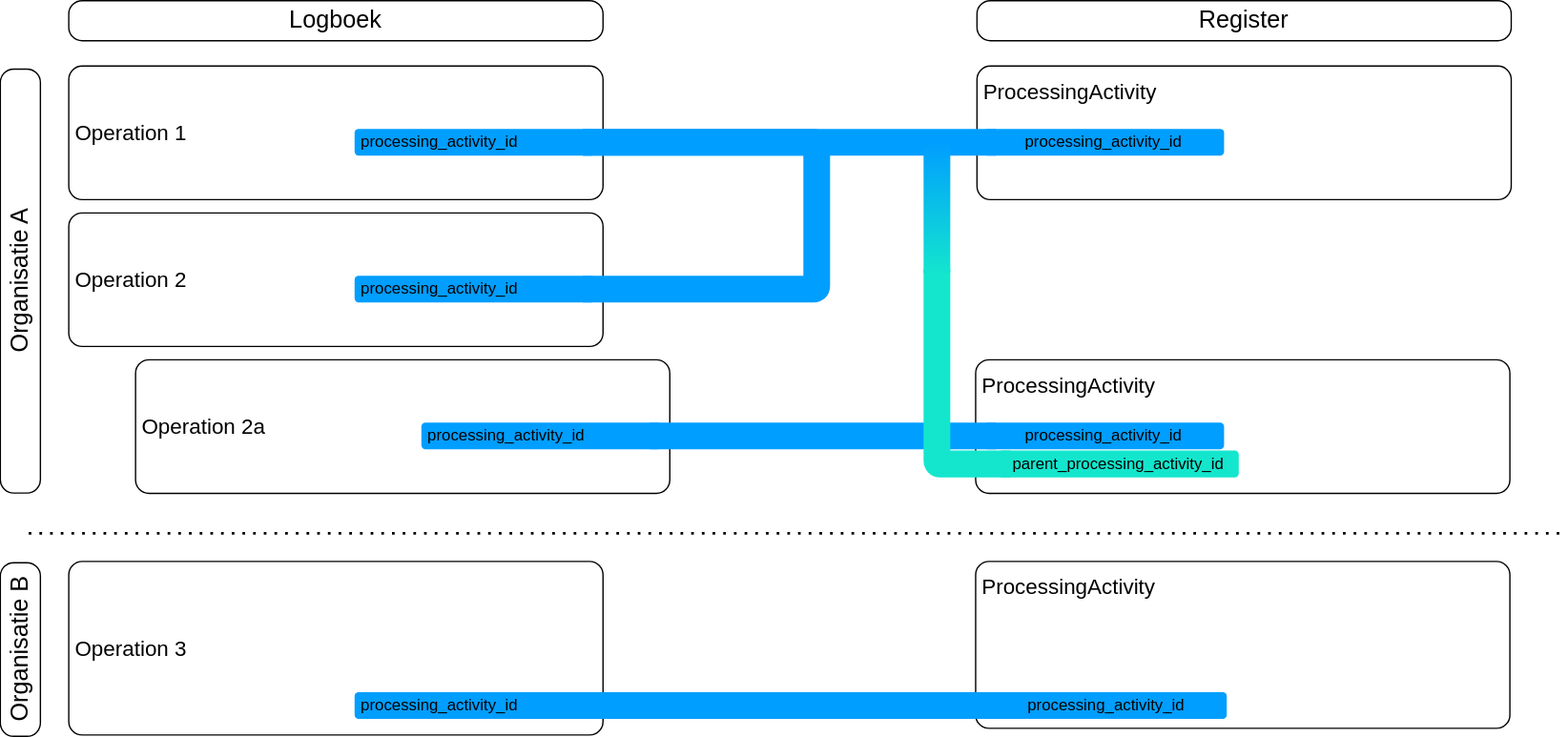
This is media/relatie_logboekelementen_afbeelding4.svg from Logius-standaarden/logboek-dataverwerkingen-inleiding, a draw.io export, as it was before one commit. Source tidied: cells renumbered, new cells last; positions are measured from the earlier drawing's top-left corner, leaving out a move shared by most shapes. Its diagram source:
```xml
<mxGraphModel>
  <root>
    <mxCell id="0" />
    <mxCell id="1" parent="0" />
    <mxCell id="2" value="Operation 2" style="rounded=1;whiteSpace=wrap;html=1;align=left;fontSize=16;spacing=5;absoluteArcSize=1;" parent="1" vertex="1">
      <mxGeometry x="195" y="159" width="400" height="100" as="geometry" />
    </mxCell>
    <mxCell id="3" value="ProcessingActivity" style="rounded=1;whiteSpace=wrap;html=1;align=left;fontSize=16;spacing=5;absoluteArcSize=1;verticalAlign=top;" parent="1" vertex="1">
      <mxGeometry x="875" y="49" width="400" height="100" as="geometry" />
    </mxCell>
    <mxCell id="4" value="Operation 1" style="rounded=1;whiteSpace=wrap;html=1;align=left;fontSize=16;spacing=5;absoluteArcSize=1;" parent="1" vertex="1">
      <mxGeometry x="195" y="49" width="400" height="100" as="geometry" />
    </mxCell>
    <mxCell id="5" value="Organisatie A" style="text;html=1;align=center;verticalAlign=middle;whiteSpace=wrap;rounded=1;rotation=-90;fontSize=18;fillColor=none;strokeColor=default;absoluteArcSize=1;" parent="1" vertex="1">
      <mxGeometry y="195" width="317.5" height="30" as="geometry" />
    </mxCell>
    <mxCell id="6" value="Logboek" style="text;html=1;align=center;verticalAlign=middle;whiteSpace=wrap;rounded=1;rotation=0;fontSize=18;fillColor=none;strokeColor=default;absoluteArcSize=1;" parent="1" vertex="1">
      <mxGeometry x="195" width="400" height="30" as="geometry" />
    </mxCell>
    <mxCell id="7" value="Register" style="text;html=1;align=center;verticalAlign=middle;whiteSpace=wrap;rounded=1;rotation=0;fontSize=18;fillColor=none;strokeColor=default;absoluteArcSize=1;" parent="1" vertex="1">
      <mxGeometry x="875" width="400" height="30" as="geometry" />
    </mxCell>
    <mxCell id="8" style="edgeStyle=orthogonalEdgeStyle;rounded=1;jettySize=auto;html=1;entryX=0.95;entryY=0.5;entryDx=0;entryDy=0;entryPerimeter=0;endArrow=none;startFill=0;strokeWidth=20;exitX=0.95;exitY=0.5;exitDx=0;exitDy=0;exitPerimeter=0;strokeColor=#009EFF;curved=0;arcSize=5;" parent="1" edge="1" source="10" target="11">
      <mxGeometry relative="1" as="geometry">
        <Array as="points">
          <mxPoint x="755" y="106" />
          <mxPoint x="755" y="216" />
        </Array>
      </mxGeometry>
    </mxCell>
    <mxCell id="9" style="edgeStyle=orthogonalEdgeStyle;rounded=1;jettySize=auto;html=1;endArrow=none;startFill=0;strokeWidth=20;exitX=0.95;exitY=0.5;exitDx=0;exitDy=0;exitPerimeter=0;strokeColor=#009EFF;curved=0;arcSize=5;entryX=0.05;entryY=0.5;entryDx=0;entryDy=0;entryPerimeter=0;" parent="1" edge="1" source="10" target="12">
      <mxGeometry relative="1" as="geometry" />
    </mxCell>
    <mxCell id="10" value="processing_activity_id" style="rounded=1;whiteSpace=wrap;html=1;strokeColor=none;fillColor=#009EFF;points=[[0,0,0,0,0],[0,0.25,0,0,0],[0,0.75,0,0,0],[0,1,0,0,0],[0.05,0.5,0,0,0],[0.25,0,0,0,0],[0.25,1,0,0,0],[0.5,0,0,0,0],[0.5,1,0,0,0],[0.75,0,0,0,0],[0.75,1,0,0,0],[0.95,0.5,0,0,0],[1,0,0,0,0],[1,0.25,0,0,0],[1,0.75,0,0,0],[1,1,0,0,0]];align=left;spacing=5;" parent="1" vertex="1">
      <mxGeometry x="409" y="96" width="180" height="20" as="geometry" />
    </mxCell>
    <mxCell id="11" value="processing_activity_id" style="rounded=1;whiteSpace=wrap;html=1;strokeColor=none;fillColor=#009EFF;points=[[0,0,0,0,0],[0,0.25,0,0,0],[0,0.75,0,0,0],[0,1,0,0,0],[0.05,0.5,0,0,0],[0.25,0,0,0,0],[0.25,1,0,0,0],[0.5,0,0,0,0],[0.5,1,0,0,0],[0.75,0,0,0,0],[0.75,1,0,0,0],[0.95,0.5,0,0,0],[1,0,0,0,0],[1,0.25,0,0,0],[1,0.75,0,0,0],[1,1,0,0,0]];align=left;spacing=5;" parent="1" vertex="1">
      <mxGeometry x="409" y="206" width="180" height="20" as="geometry" />
    </mxCell>
    <mxCell id="12" value="processing_activity_id" style="rounded=1;whiteSpace=wrap;html=1;strokeColor=none;fillColor=#009EFF;points=[[0,0,0,0,0],[0,0.25,0,0,0],[0,0.75,0,0,0],[0,1,0,0,0],[0.05,0.5,0,0,0],[0.25,0,0,0,0],[0.25,1,0,0,0],[0.5,0,0,0,0],[0.5,1,0,0,0],[0.75,0,0,0,0],[0.75,1,0,0,0],[0.95,0.5,0,0,0],[1,0,0,0,0],[1,0.25,0,0,0],[1,0.75,0,0,0],[1,1,0,0,0]];align=center;spacing=5;" parent="1" vertex="1">
      <mxGeometry x="880" y="96" width="180" height="20" as="geometry" />
    </mxCell>
    <mxCell id="13" value="Operation 2a" style="rounded=1;whiteSpace=wrap;html=1;align=left;fontSize=16;spacing=5;absoluteArcSize=1;" parent="1" vertex="1">
      <mxGeometry x="245" y="269" width="400" height="100" as="geometry" />
    </mxCell>
    <mxCell id="14" value="ProcessingActivity" style="rounded=1;whiteSpace=wrap;html=1;align=left;fontSize=16;spacing=5;absoluteArcSize=1;verticalAlign=top;" parent="1" vertex="1">
      <mxGeometry x="874" y="269" width="400" height="100" as="geometry" />
    </mxCell>
    <mxCell id="15" style="edgeStyle=orthogonalEdgeStyle;rounded=1;jettySize=auto;html=1;endArrow=none;startFill=0;strokeWidth=20;strokeColor=#009EFF;curved=0;arcSize=5;exitX=0.05;exitY=0.5;exitDx=0;exitDy=0;exitPerimeter=0;entryX=0.95;entryY=0.5;entryDx=0;entryDy=0;entryPerimeter=0;" parent="1" edge="1" source="17" target="16">
      <mxGeometry relative="1" as="geometry" />
    </mxCell>
    <mxCell id="16" value="processing_activity_id" style="rounded=1;whiteSpace=wrap;html=1;strokeColor=none;fillColor=#009EFF;points=[[0,0,0,0,0],[0,0.25,0,0,0],[0,0.75,0,0,0],[0,1,0,0,0],[0.05,0.5,0,0,0],[0.25,0,0,0,0],[0.25,1,0,0,0],[0.5,0,0,0,0],[0.5,1,0,0,0],[0.75,0,0,0,0],[0.75,1,0,0,0],[0.95,0.5,0,0,0],[1,0,0,0,0],[1,0.25,0,0,0],[1,0.75,0,0,0],[1,1,0,0,0]];align=left;spacing=5;" parent="1" vertex="1">
      <mxGeometry x="459" y="316" width="180" height="20" as="geometry" />
    </mxCell>
    <mxCell id="17" value="processing_activity_id" style="rounded=1;whiteSpace=wrap;html=1;strokeColor=none;fillColor=#009EFF;points=[[0,0,0,0,0],[0,0.25,0,0,0],[0,0.75,0,0,0],[0,1,0,0,0],[0.05,0.5,0,0,0],[0.25,0,0,0,0],[0.25,1,0,0,0],[0.5,0,0,0,0],[0.5,1,0,0,0],[0.75,0,0,0,0],[0.75,1,0,0,0],[0.95,0.5,0,0,0],[1,0,0,0,0],[1,0.25,0,0,0],[1,0.75,0,0,0],[1,1,0,0,0]];align=center;spacing=5;" parent="1" vertex="1">
      <mxGeometry x="880" y="316" width="180" height="20" as="geometry" />
    </mxCell>
    <mxCell id="18" value="parent_processing_activity_id" style="rounded=1;whiteSpace=wrap;html=1;strokeColor=none;fillColor=#14E6CD;points=[[0,0,0,0,0],[0,0.25,0,0,0],[0,0.75,0,0,0],[0,1,0,0,0],[0.05,0.5,0,0,0],[0.25,0,0,0,0],[0.25,1,0,0,0],[0.5,0,0,0,0],[0.5,1,0,0,0],[0.75,0,0,0,0],[0.75,1,0,0,0],[0.95,0.5,0,0,0],[1,0,0,0,0],[1,0.25,0,0,0],[1,0.75,0,0,0],[1,1,0,0,0]];align=center;spacing=5;gradientColor=none;gradientDirection=east;" parent="1" vertex="1">
      <mxGeometry x="891" y="337" width="180" height="20" as="geometry" />
    </mxCell>
    <mxCell id="19" style="edgeStyle=orthogonalEdgeStyle;rounded=1;jettySize=auto;html=1;entryX=0.05;entryY=0.5;entryDx=0;entryDy=0;entryPerimeter=0;endArrow=none;startFill=0;strokeWidth=20;exitX=0.95;exitY=0.5;exitDx=0;exitDy=0;exitPerimeter=0;strokeColor=#14E6CD;curved=0;arcSize=5;" parent="1" edge="1" source="20" target="18">
      <mxGeometry relative="1" as="geometry">
        <Array as="points">
          <mxPoint x="845" y="347" />
        </Array>
      </mxGeometry>
    </mxCell>
    <mxCell id="20" style="rounded=1;whiteSpace=wrap;html=1;strokeColor=none;fillColor=#009EFF;points=[[0,0,0,0,0],[0,0.25,0,0,0],[0,0.75,0,0,0],[0,1,0,0,0],[0.05,0.5,0,0,0],[0.25,0,0,0,0],[0.25,1,0,0,0],[0.5,0,0,0,0],[0.5,1,0,0,0],[0.75,0,0,0,0],[0.75,1,0,0,0],[0.95,0.5,0,0,0],[1,0,0,0,0],[1,0.25,0,0,0],[1,0.75,0,0,0],[1,1,0,0,0]];align=center;spacing=5;gradientColor=#14E6CD;gradientDirection=east;rotation=90;" parent="1" vertex="1">
      <mxGeometry x="795" y="146" width="100" height="20" as="geometry" />
    </mxCell>
    <mxCell id="21" value="Operation 3" style="rounded=1;whiteSpace=wrap;html=1;align=left;fontSize=16;spacing=5;absoluteArcSize=1;" parent="1" vertex="1">
      <mxGeometry x="195" y="420" width="400" height="130" as="geometry" />
    </mxCell>
    <mxCell id="22" value="ProcessingActivity" style="rounded=1;whiteSpace=wrap;html=1;align=left;fontSize=16;spacing=5;absoluteArcSize=1;verticalAlign=top;" parent="1" vertex="1">
      <mxGeometry x="874" y="420" width="400" height="125" as="geometry" />
    </mxCell>
    <mxCell id="23" style="endArrow=none;dashed=1;html=1;dashPattern=1 3;strokeWidth=2;rounded=0;" parent="1" edge="1">
      <mxGeometry relative="1" as="geometry">
        <mxPoint x="165" y="399" as="sourcePoint" />
        <mxPoint x="1315" y="399" as="targetPoint" />
      </mxGeometry>
    </mxCell>
    <mxCell id="24" value="processing_activity_id" style="rounded=1;whiteSpace=wrap;html=1;strokeColor=none;fillColor=#009EFF;points=[[0,0,0,0,0],[0,0.25,0,0,0],[0,0.75,0,0,0],[0,1,0,0,0],[0.05,0.5,0,0,0],[0.25,0,0,0,0],[0.25,1,0,0,0],[0.5,0,0,0,0],[0.5,1,0,0,0],[0.75,0,0,0,0],[0.75,1,0,0,0],[0.95,0.5,0,0,0],[1,0,0,0,0],[1,0.25,0,0,0],[1,0.75,0,0,0],[1,1,0,0,0]];align=left;spacing=5;" parent="1" vertex="1">
      <mxGeometry x="409" y="518" width="180" height="20" as="geometry" />
    </mxCell>
    <mxCell id="25" value="processing_activity_id" style="rounded=1;whiteSpace=wrap;html=1;strokeColor=none;fillColor=#009EFF;points=[[0,0,0,0,0],[0,0.25,0,0,0],[0,0.75,0,0,0],[0,1,0,0,0],[0.05,0.5,0,0,0],[0.25,0,0,0,0],[0.25,1,0,0,0],[0.5,0,0,0,0],[0.5,1,0,0,0],[0.75,0,0,0,0],[0.75,1,0,0,0],[0.95,0.5,0,0,0],[1,0,0,0,0],[1,0.25,0,0,0],[1,0.75,0,0,0],[1,1,0,0,0]];align=center;spacing=5;" parent="1" vertex="1">
      <mxGeometry x="882" y="518" width="180" height="20" as="geometry" />
    </mxCell>
    <mxCell id="26" style="edgeStyle=orthogonalEdgeStyle;rounded=1;jettySize=auto;html=1;entryX=0.95;entryY=0.5;entryDx=0;entryDy=0;entryPerimeter=0;endArrow=none;startFill=0;strokeWidth=20;exitX=0.05;exitY=0.5;exitDx=0;exitDy=0;exitPerimeter=0;strokeColor=#009EFF;curved=0;arcSize=5;" parent="1" edge="1" source="25" target="24">
      <mxGeometry relative="1" as="geometry" />
    </mxCell>
    <mxCell id="27" value="Organisatie B" style="text;html=1;align=center;verticalAlign=middle;whiteSpace=wrap;rounded=1;rotation=-90;fontSize=18;fillColor=none;strokeColor=default;absoluteArcSize=1;" parent="1" vertex="1">
      <mxGeometry x="93.8" y="471" width="130" height="30" as="geometry" />
    </mxCell>
  </root>
</mxGraphModel>
```
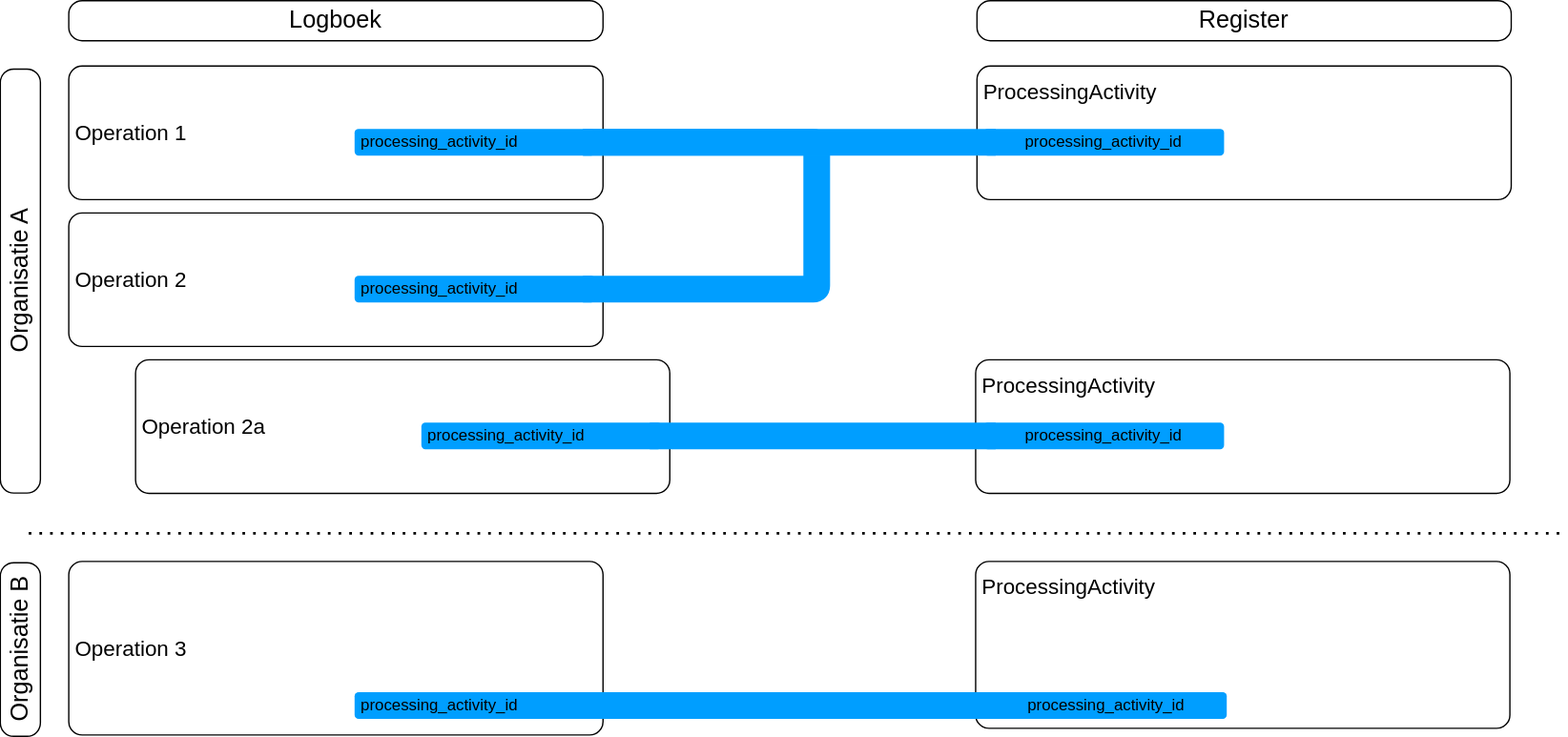
After the change.

Commit message:
Beheer: verwijder parent_processing_activity_id uit voorbeelden (#62)

Change to the diagram source:
```diff
@@ -55,19 +55,6 @@
     <mxCell id="17" value="processing_activity_id" style="rounded=1;whiteSpace=wrap;html=1;strokeColor=none;fillColor=#009EFF;points=[[0,0,0,0,0],[0,0.25,0,0,0],[0,0.75,0,0,0],[0,1,0,0,0],[0.05,0.5,0,0,0],[0.25,0,0,0,0],[0.25,1,0,0,0],[0.5,0,0,0,0],[0.5,1,0,0,0],[0.75,0,0,0,0],[0.75,1,0,0,0],[0.95,0.5,0,0,0],[1,0,0,0,0],[1,0.25,0,0,0],[1,0.75,0,0,0],[1,1,0,0,0]];align=center;spacing=5;" parent="1" vertex="1">
       <mxGeometry x="880" y="316" width="180" height="20" as="geometry" />
     </mxCell>
-    <mxCell id="18" value="parent_processing_activity_id" style="rounded=1;whiteSpace=wrap;html=1;strokeColor=none;fillColor=#14E6CD;points=[[0,0,0,0,0],[0,0.25,0,0,0],[0,0.75,0,0,0],[0,1,0,0,0],[0.05,0.5,0,0,0],[0.25,0,0,0,0],[0.25,1,0,0,0],[0.5,0,0,0,0],[0.5,1,0,0,0],[0.75,0,0,0,0],[0.75,1,0,0,0],[0.95,0.5,0,0,0],[1,0,0,0,0],[1,0.25,0,0,0],[1,0.75,0,0,0],[1,1,0,0,0]];align=center;spacing=5;gradientColor=none;gradientDirection=east;" parent="1" vertex="1">
-      <mxGeometry x="891" y="337" width="180" height="20" as="geometry" />
-    </mxCell>
-    <mxCell id="19" style="edgeStyle=orthogonalEdgeStyle;rounded=1;jettySize=auto;html=1;entryX=0.05;entryY=0.5;entryDx=0;entryDy=0;entryPerimeter=0;endArrow=none;startFill=0;strokeWidth=20;exitX=0.95;exitY=0.5;exitDx=0;exitDy=0;exitPerimeter=0;strokeColor=#14E6CD;curved=0;arcSize=5;" parent="1" edge="1" source="20" target="18">
-      <mxGeometry relative="1" as="geometry">
-        <Array as="points">
-          <mxPoint x="845" y="347" />
-        </Array>
-      </mxGeometry>
-    </mxCell>
-    <mxCell id="20" style="rounded=1;whiteSpace=wrap;html=1;strokeColor=none;fillColor=#009EFF;points=[[0,0,0,0,0],[0,0.25,0,0,0],[0,0.75,0,0,0],[0,1,0,0,0],[0.05,0.5,0,0,0],[0.25,0,0,0,0],[0.25,1,0,0,0],[0.5,0,0,0,0],[0.5,1,0,0,0],[0.75,0,0,0,0],[0.75,1,0,0,0],[0.95,0.5,0,0,0],[1,0,0,0,0],[1,0.25,0,0,0],[1,0.75,0,0,0],[1,1,0,0,0]];align=center;spacing=5;gradientColor=#14E6CD;gradientDirection=east;rotation=90;" parent="1" vertex="1">
-      <mxGeometry x="795" y="146" width="100" height="20" as="geometry" />
-    </mxCell>
     <mxCell id="21" value="Operation 3" style="rounded=1;whiteSpace=wrap;html=1;align=left;fontSize=16;spacing=5;absoluteArcSize=1;" parent="1" vertex="1">
       <mxGeometry x="195" y="420" width="400" height="130" as="geometry" />
     </mxCell>
```
